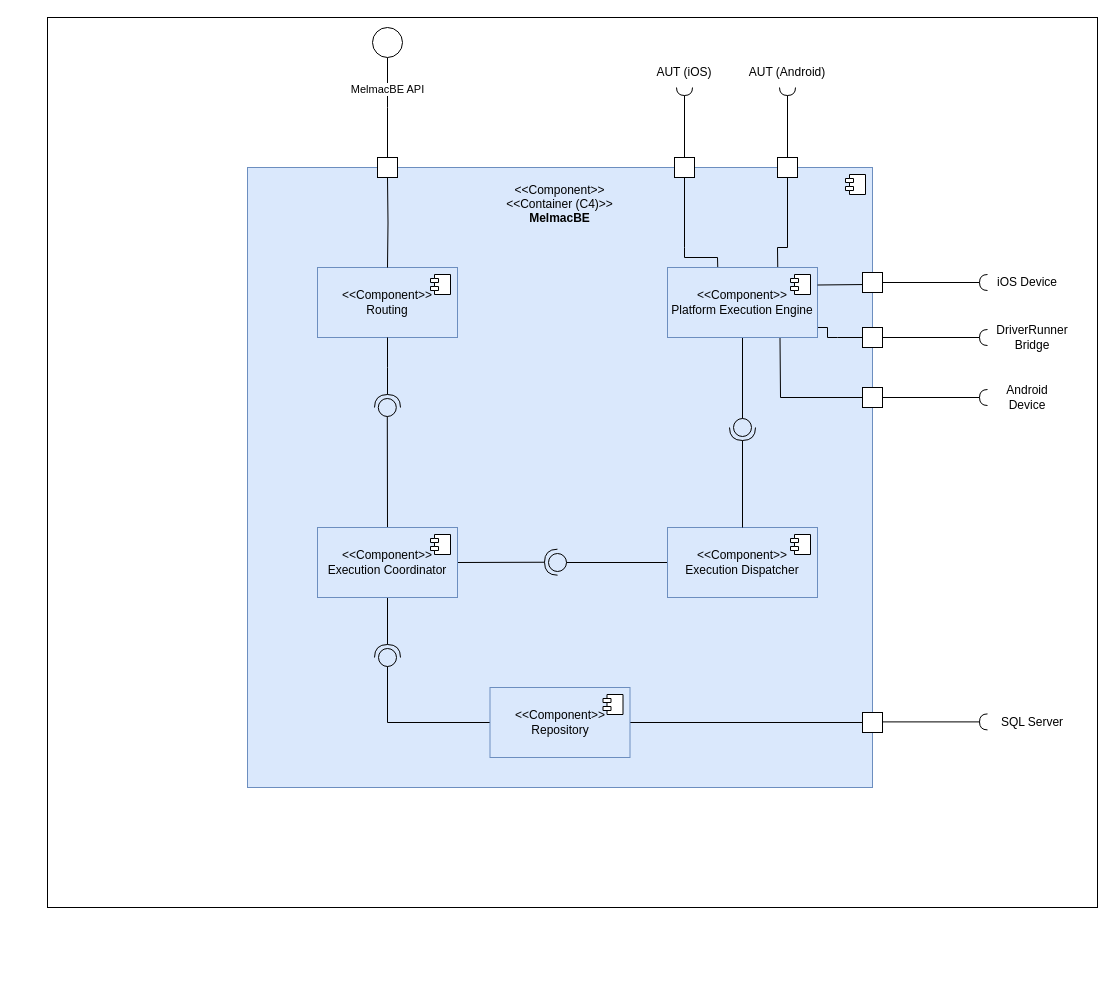
This is docs/global-artifacts/03.design/logical-view/level-3/drawio/L3-LV-MelmacBE-ALT.drawio from Mindera/Alfie-Melmac-Performance-Testing, a draw.io file, before an edit. Source tidied: cells renumbered, new cells numbered last; positions are measured from the earlier drawing's top-left corner, leaving out a move shared by most shapes. Both pictures are drawn from the tidied source at 100%, with x=0, y=0 at pixel (17, 17).
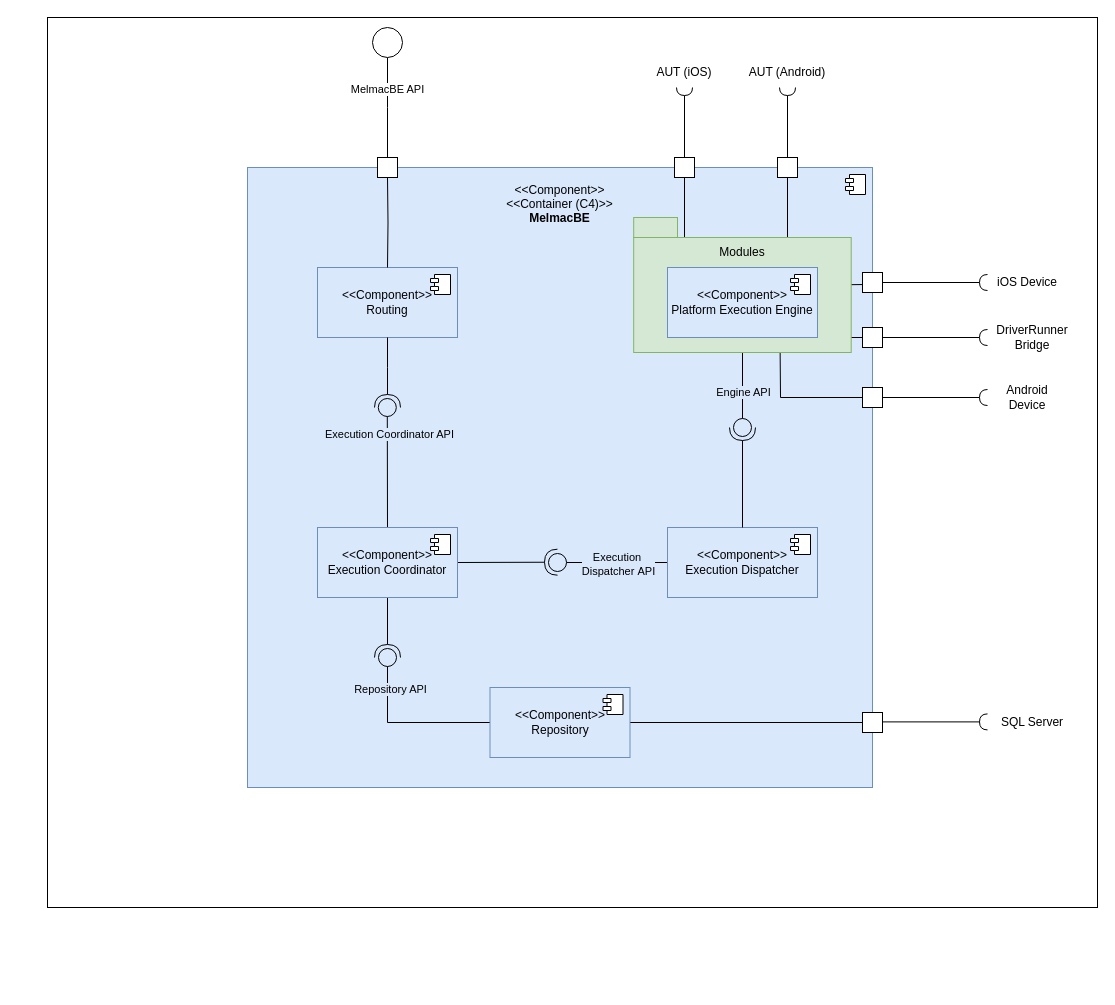
After the change.

Commit message (it also covers changes not shown here):
Updated alternative logical view

Unchanged cells that the change refers to:
```xml
<mxCell id="12" style="edgeStyle=none;html=1;exitX=0.5;exitY=0;exitDx=0;exitDy=0;endArrow=oval;endFill=0;endSize=18;" parent="7" edge="1" source="15">
  <mxGeometry relative="1" as="geometry">
    <mxPoint x="369.8" y="390" as="targetPoint" />
  </mxGeometry>
</mxCell>
<mxCell id="24" style="edgeStyle=none;html=1;exitX=0;exitY=0.5;exitDx=0;exitDy=0;endArrow=oval;endFill=0;endSize=18;" parent="7" edge="1" source="25">
  <mxGeometry relative="1" as="geometry">
    <mxPoint x="540" y="545" as="targetPoint" />
  </mxGeometry>
</mxCell>
<mxCell id="27" style="edgeStyle=none;html=1;exitX=0.5;exitY=1;exitDx=0;exitDy=0;endArrow=oval;endFill=0;endSize=18;" parent="7" edge="1" source="32">
  <mxGeometry relative="1" as="geometry">
    <mxPoint x="725" y="410" as="targetPoint" />
  </mxGeometry>
</mxCell>
<mxCell id="52" style="edgeStyle=none;html=1;exitX=0;exitY=0.5;exitDx=0;exitDy=0;endArrow=oval;endFill=0;endSize=18;rounded=0;curved=0;" parent="7" edge="1" source="54">
  <mxGeometry relative="1" as="geometry">
    <mxPoint x="370" y="640" as="targetPoint" />
    <Array as="points">
      <mxPoint x="370" y="705" />
    </Array>
  </mxGeometry>
</mxCell>
```

What changed in the source:
```diff
@@
+    <mxCell id="59" style="rounded=0;whiteSpace=wrap;html=1;" parent="1" vertex="1">
+      <mxGeometry x="590" y="360" width="120" height="60" as="geometry" />
+    </mxCell>
@@
-    <mxCell id="8" value="&lt;font style=&quot;color: rgb(0, 0, 0);&quot;&gt;&amp;lt;&amp;lt;Component&amp;gt;&amp;gt;&lt;/font&gt;&lt;div&gt;&lt;span&gt;&amp;lt;&amp;lt;Container (C4)&amp;gt;&amp;gt;&lt;/span&gt;&lt;/div&gt;&lt;div&gt;&lt;b&gt;&lt;font style=&quot;color: rgb(0, 0, 0);&quot;&gt;MelmacBE&lt;/font&gt;&lt;/b&gt;&lt;/div&gt;&lt;div&gt;&lt;span&gt;&lt;br&gt;&lt;/span&gt;&lt;/div&gt;&lt;div&gt;&lt;span&gt;&lt;br&gt;&lt;/span&gt;&lt;/div&gt;&lt;div&gt;&lt;span&gt;&lt;br&gt;&lt;/span&gt;&lt;/div&gt;&lt;div&gt;&lt;span&gt;&lt;br&gt;&lt;/span&gt;&lt;/div&gt;&lt;div&gt;&lt;span&gt;&lt;br&gt;&lt;/span&gt;&lt;/div&gt;&lt;div&gt;&lt;span&gt;&lt;br&gt;&lt;/span&gt;&lt;/div&gt;&lt;div&gt;&lt;span&gt;&lt;br&gt;&lt;/span&gt;&lt;/div&gt;&lt;div&gt;&lt;span&gt;&lt;br&gt;&lt;/span&gt;&lt;/div&gt;&lt;div&gt;&lt;span&gt;&lt;br&gt;&lt;/span&gt;&lt;/div&gt;&lt;div&gt;&lt;span&gt;&lt;br&gt;&lt;/span&gt;&lt;/div&gt;&lt;div&gt;&lt;span&gt;&lt;br&gt;&lt;/span&gt;&lt;/div&gt;&lt;div&gt;&lt;span&gt;&lt;br&gt;&lt;/span&gt;&lt;/div&gt;&lt;div&gt;&lt;span&gt;&lt;br&gt;&lt;/span&gt;&lt;/div&gt;&lt;div&gt;&lt;span&gt;&lt;br&gt;&lt;/span&gt;&lt;/div&gt;&lt;div&gt;&lt;span&gt;&lt;br&gt;&lt;/span&gt;&lt;/div&gt;&lt;div&gt;&lt;span&gt;&lt;br&gt;&lt;/span&gt;&lt;/div&gt;&lt;div&gt;&lt;span&gt;&lt;br&gt;&lt;/span&gt;&lt;/div&gt;&lt;div&gt;&lt;span&gt;&lt;br&gt;&lt;/span&gt;&lt;/div&gt;&lt;div&gt;&lt;span&gt;&lt;br&gt;&lt;/span&gt;&lt;/div&gt;&lt;div&gt;&lt;span&gt;&lt;br&gt;&lt;/span&gt;&lt;/div&gt;&lt;div&gt;&lt;span&gt;&lt;br&gt;&lt;/span&gt;&lt;/div&gt;&lt;div&gt;&lt;span&gt;&lt;br&gt;&lt;/span&gt;&lt;/div&gt;&lt;div&gt;&lt;span&gt;&lt;br&gt;&lt;/span&gt;&lt;/div&gt;&lt;div&gt;&lt;span&gt;&lt;br&gt;&lt;/span&gt;&lt;/div&gt;&lt;div&gt;&lt;span&gt;&lt;br&gt;&lt;/span&gt;&lt;/div&gt;&lt;div&gt;&lt;span&gt;&lt;br&gt;&lt;/span&gt;&lt;/div&gt;&lt;div&gt;&lt;span&gt;&lt;br&gt;&lt;/span&gt;&lt;/div&gt;&lt;div&gt;&lt;span&gt;&lt;br&gt;&lt;/span&gt;&lt;/div&gt;&lt;div&gt;&lt;span&gt;&lt;br&gt;&lt;/span&gt;&lt;/div&gt;&lt;div&gt;&lt;span&gt;&lt;br&gt;&lt;/span&gt;&lt;/div&gt;&lt;div&gt;&lt;span&gt;&lt;br&gt;&lt;/span&gt;&lt;/div&gt;&lt;div&gt;&lt;span&gt;&lt;br&gt;&lt;/span&gt;&lt;/div&gt;&lt;div&gt;&lt;span&gt;&lt;br&gt;&lt;/span&gt;&lt;/div&gt;&lt;div&gt;&lt;span&gt;&lt;br&gt;&lt;/span&gt;&lt;/div&gt;&lt;div&gt;&lt;span&gt;&lt;br&gt;&lt;/span&gt;&lt;/div&gt;&lt;div&gt;&lt;span&gt;&lt;br&gt;&lt;/span&gt;&lt;/div&gt;&lt;div&gt;&lt;span&gt;&lt;br&gt;&lt;/span&gt;&lt;/div&gt;&lt;div&gt;&lt;br&gt;&lt;/div&gt;" style="html=1;whiteSpace=wrap;fillColor=#dae8fc;strokeColor=#6c8ebf;labelBackgroundColor=none;" parent="7" vertex="1">
+    <mxCell id="8" value="&lt;font style=&quot;color: rgb(0, 0, 0);&quot;&gt;&amp;lt;&amp;lt;Component&amp;gt;&amp;gt;&lt;/font&gt;&lt;div&gt;&lt;span&gt;&amp;lt;&amp;lt;Container (C4)&amp;gt;&amp;gt;&lt;/span&gt;&lt;/div&gt;&lt;div&gt;&lt;b&gt;&lt;font style=&quot;color: rgb(0, 0, 0);&quot;&gt;MelmacBE&lt;/font&gt;&lt;/b&gt;&lt;/div&gt;&lt;div&gt;&lt;span&gt;&lt;br&gt;&lt;/span&gt;&lt;/div&gt;&lt;div&gt;&lt;span&gt;&lt;br&gt;&lt;/span&gt;&lt;/div&gt;&lt;div&gt;&lt;span&gt;&lt;br&gt;&lt;/span&gt;&lt;/div&gt;&lt;div&gt;&lt;span&gt;&lt;br&gt;&lt;/span&gt;&lt;/div&gt;&lt;div&gt;&lt;span&gt;&lt;br&gt;&lt;/span&gt;&lt;/div&gt;&lt;div&gt;&lt;span&gt;&lt;br&gt;&lt;/span&gt;&lt;/div&gt;&lt;div&gt;&lt;span&gt;&lt;br&gt;&lt;/span&gt;&lt;/div&gt;&lt;div&gt;&lt;span&gt;&lt;br&gt;&lt;/span&gt;&lt;/div&gt;&lt;div&gt;&lt;span&gt;&lt;br&gt;&lt;/span&gt;&lt;/div&gt;&lt;div&gt;&lt;span&gt;&lt;br&gt;&lt;/span&gt;&lt;/div&gt;&lt;div&gt;&lt;span&gt;&lt;br&gt;&lt;/span&gt;&lt;/div&gt;&lt;div&gt;&lt;span&gt;&lt;br&gt;&lt;/span&gt;&lt;/div&gt;&lt;div&gt;&lt;span&gt;&lt;br&gt;&lt;/span&gt;&lt;/div&gt;&lt;div&gt;&lt;span&gt;&lt;br&gt;&lt;/span&gt;&lt;/div&gt;&lt;div&gt;&lt;span&gt;&lt;br&gt;&lt;/span&gt;&lt;/div&gt;&lt;div&gt;&lt;span&gt;&lt;br&gt;&lt;/span&gt;&lt;/div&gt;&lt;div&gt;&lt;span&gt;&lt;br&gt;&lt;/span&gt;&lt;/div&gt;&lt;div&gt;&lt;span&gt;&lt;br&gt;&lt;/span&gt;&lt;/div&gt;&lt;div&gt;&lt;span&gt;&lt;br&gt;&lt;/span&gt;&lt;/div&gt;&lt;div&gt;&lt;span&gt;&lt;br&gt;&lt;/span&gt;&lt;/div&gt;&lt;div&gt;&lt;span&gt;&lt;br&gt;&lt;/span&gt;&lt;/div&gt;&lt;div&gt;&lt;span&gt;&lt;br&gt;&lt;/span&gt;&lt;/div&gt;&lt;div&gt;&lt;span&gt;&lt;br&gt;&lt;/span&gt;&lt;/div&gt;&lt;div&gt;&lt;span&gt;&lt;br&gt;&lt;/span&gt;&lt;/div&gt;&lt;div&gt;&lt;span&gt;&lt;br&gt;&lt;/span&gt;&lt;/div&gt;&lt;div&gt;&lt;span&gt;&lt;br&gt;&lt;/span&gt;&lt;/div&gt;&lt;div&gt;&lt;span&gt;&lt;br&gt;&lt;/span&gt;&lt;/div&gt;&lt;div&gt;&lt;span&gt;&lt;br&gt;&lt;/span&gt;&lt;/div&gt;&lt;div&gt;&lt;span&gt;&lt;br&gt;&lt;/span&gt;&lt;/div&gt;&lt;div&gt;&lt;span&gt;&lt;br&gt;&lt;/span&gt;&lt;/div&gt;&lt;div&gt;&lt;span&gt;&lt;br&gt;&lt;/span&gt;&lt;/div&gt;&lt;div&gt;&lt;span&gt;&lt;br&gt;&lt;/span&gt;&lt;/div&gt;&lt;div&gt;&lt;span&gt;&lt;br&gt;&lt;/span&gt;&lt;/div&gt;&lt;div&gt;&lt;span&gt;&lt;br&gt;&lt;/span&gt;&lt;/div&gt;&lt;div&gt;&lt;span&gt;&lt;br&gt;&lt;/span&gt;&lt;/div&gt;&lt;div&gt;&lt;span&gt;&lt;br&gt;&lt;/span&gt;&lt;/div&gt;&lt;div&gt;&lt;span&gt;&lt;br&gt;&lt;/span&gt;&lt;/div&gt;&lt;div&gt;&lt;br&gt;&lt;/div&gt;" style="html=1;whiteSpace=wrap;fillColor=#dae8fc;strokeColor=#6c8ebf;labelBackgroundColor=light-dark(#dae8fc, #ededed);" parent="7" vertex="1">
       <mxGeometry x="230" y="150" width="625" height="620" as="geometry" />
     </mxCell>
@@
+    <mxCell id="60" value="Execution Coordinator API" style="edgeLabel;html=1;align=center;verticalAlign=middle;labelBackgroundColor=light-dark(#dae8fc, #ededed);" parent="12" vertex="1">
+      <mxGeometry x="0.55" y="-2" relative="1" as="geometry" />
+    </mxCell>
@@
+    <mxCell id="61" value="Execution&amp;nbsp;&lt;div&gt;Dispatcher&amp;nbsp;&lt;span style=&quot;&quot;&gt;API&lt;/span&gt;&lt;/div&gt;" style="edgeLabel;html=1;align=center;verticalAlign=middle;labelBackgroundColor=light-dark(#dae8fc, #ededed);" parent="24" vertex="1">
+      <mxGeometry x="0.44" y="1" relative="1" as="geometry">
+        <mxPoint x="29" as="offset" />
+      </mxGeometry>
+    </mxCell>
@@
+    <mxCell id="62" value="Engine API" style="edgeLabel;html=1;align=center;verticalAlign=middle;labelBackgroundColor=light-dark(#dae8fc, #ededed);" parent="27" vertex="1">
+      <mxGeometry x="0.2" relative="1" as="geometry" />
+    </mxCell>
@@
-    <mxCell id="32" value="&amp;lt;&amp;lt;Component&amp;gt;&amp;gt;&lt;div&gt;Platform Execution Engine&lt;/div&gt;" style="html=1;whiteSpace=wrap;fillColor=#dae8fc;strokeColor=#6c8ebf;" parent="7" vertex="1">
-      <mxGeometry x="650" y="250" width="150" height="70" as="geometry" />
-    </mxCell>
-    <mxCell id="33" style="shape=module;jettyWidth=8;jettyHeight=4;" parent="32" vertex="1">
-      <mxGeometry x="1" width="20" height="20" relative="1" as="geometry">
-        <mxPoint x="-27" y="7" as="offset" />
-      </mxGeometry>
-    </mxCell>
@@
+    <mxCell id="63" value="Repository API" style="edgeLabel;html=1;align=center;verticalAlign=middle;labelBackgroundColor=light-dark(#dae8fc, #ededed);" parent="52" vertex="1">
+      <mxGeometry x="0.62" y="-2" relative="1" as="geometry" />
+    </mxCell>
@@
+    <mxCell id="64" value="Modules&lt;div&gt;&lt;br&gt;&lt;/div&gt;&lt;div&gt;&lt;br&gt;&lt;/div&gt;&lt;div&gt;&lt;br&gt;&lt;/div&gt;&lt;div&gt;&lt;br&gt;&lt;/div&gt;&lt;div&gt;&lt;br&gt;&lt;/div&gt;&lt;div&gt;&lt;br&gt;&lt;/div&gt;" style="rounded=0;whiteSpace=wrap;html=1;fillColor=#d5e8d4;strokeColor=#82b366;" parent="7" vertex="1">
+      <mxGeometry x="616.2" y="220" width="217.5" height="115" as="geometry" />
+    </mxCell>
@@
+    <mxCell id="32" value="&amp;lt;&amp;lt;Component&amp;gt;&amp;gt;&lt;div&gt;Platform Execution Engine&lt;/div&gt;" style="html=1;whiteSpace=wrap;fillColor=#dae8fc;strokeColor=#6c8ebf;" parent="7" vertex="1">
+      <mxGeometry x="650" y="250" width="150" height="70" as="geometry" />
+    </mxCell>
+    <mxCell id="33" style="shape=module;jettyWidth=8;jettyHeight=4;" parent="32" vertex="1">
+      <mxGeometry x="1" width="20" height="20" relative="1" as="geometry">
+        <mxPoint x="-27" y="7" as="offset" />
+      </mxGeometry>
+    </mxCell>
+    <mxCell id="65" style="rounded=0;whiteSpace=wrap;html=1;fillColor=#d5e8d4;strokeColor=#82b366;" parent="7" vertex="1">
+      <mxGeometry x="616.2" y="200" width="43.8" height="20" as="geometry" />
+    </mxCell>
```
